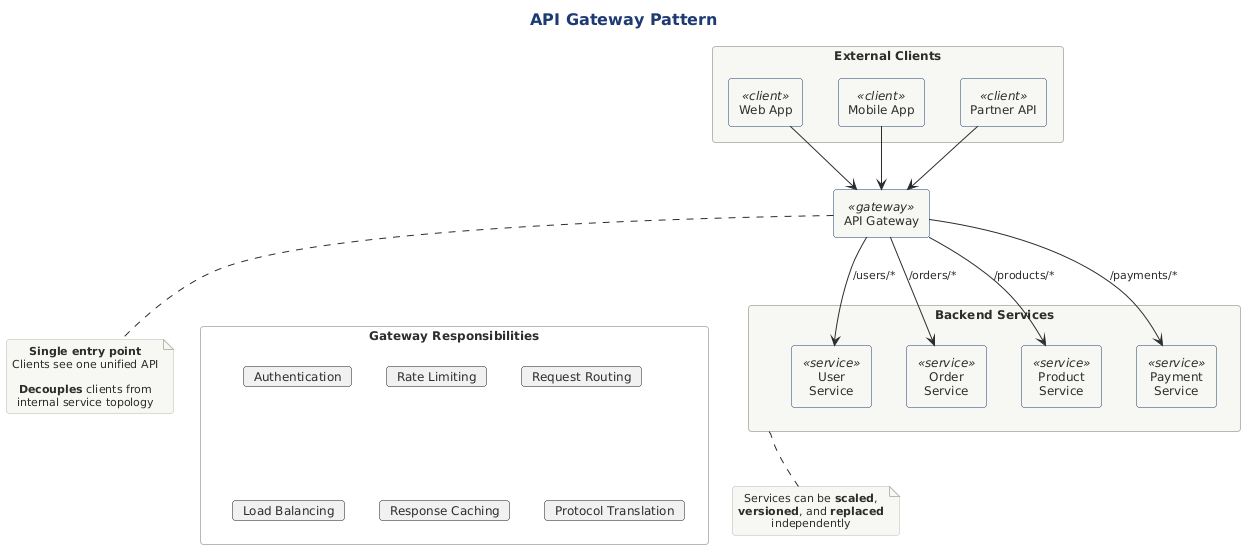
This is src/architecture/views-and-beyond/style-catalogs/component-and-connector/service-oriented-architecture-style/png/api-gateway-pattern.png from Notoriousjayy/latex-docs, a PlantUML export, as it was before one commit. Source of this version:
```plantuml
@startuml api-gateway-pattern
!include ../../../../../../tooling/styles/plantuml/structural/component-diagram-style.iuml

!define CLIENT #E8A838
!define GATEWAY #4A90A4
!define SERVICE #6CB0C4
!define LIGHTBG #F8F9FA


title API Gateway Pattern

rectangle "External Clients" as clients {
    component "Web App" as web <<client>>
    component "Mobile App" as mobile <<client>>
    component "Partner API" as partner <<client>>
}

component "API Gateway" as gateway <<gateway>> {
}

rectangle "Gateway Responsibilities" as resp #FFFFFF {
    card "Authentication" as auth
    card "Rate Limiting" as rate
    card "Request Routing" as route
    card "Load Balancing" as lb
    card "Response Caching" as cache
    card "Protocol Translation" as proto
}

rectangle "Backend Services" as backend {
    component "User\nService" as user <<service>>
    component "Order\nService" as order <<service>>
    component "Product\nService" as product <<service>>
    component "Payment\nService" as payment <<service>>
}

web -down-> gateway
mobile -down-> gateway
partner -down-> gateway

gateway -[hidden]-> resp

gateway -down-> user : /users/*
gateway -down-> order : /orders/*
gateway -down-> product : /products/*
gateway -down-> payment : /payments/*

note bottom of gateway
  **Single entry point**
  Clients see one unified API

  **Decouples** clients from
  internal service topology
end note

note bottom of backend
  Services can be **scaled**,
  **versioned**, and **replaced**
  independently
end note

@enduml
```
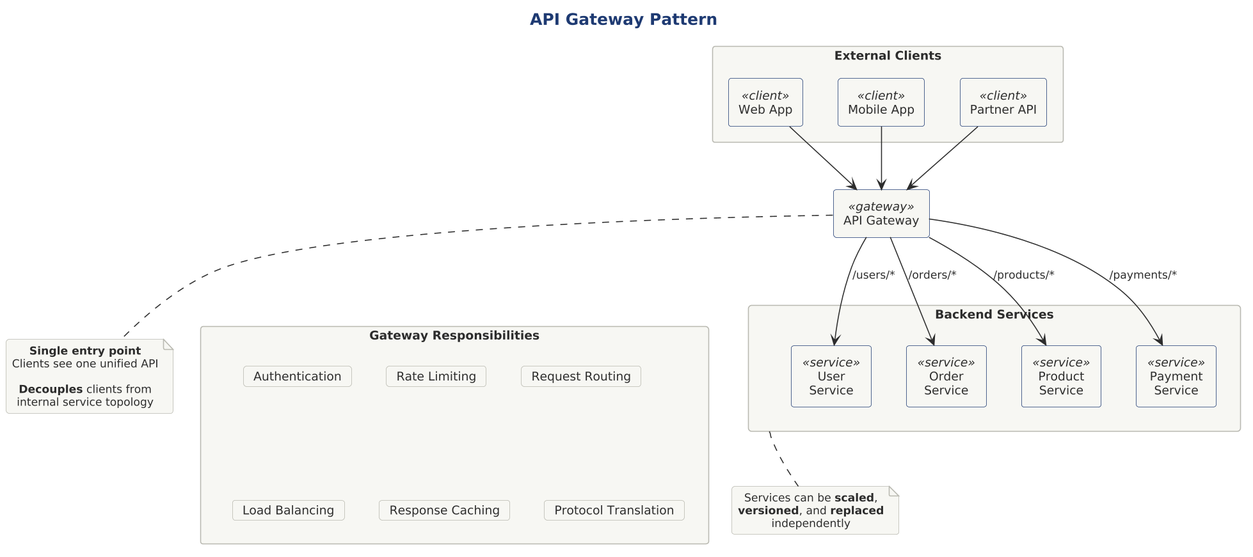
Above is the later version.

What changed in the source:
```diff
@@ -1,11 +1,15 @@
 @startuml api-gateway-pattern
+
+skinparam dpi 150
+
+
+
 !include ../../../../../../tooling/styles/plantuml/structural/component-diagram-style.iuml
 
-!define CLIENT #E8A838
-!define GATEWAY #4A90A4
-!define SERVICE #6CB0C4
-!define LIGHTBG #F8F9FA
-
+!define CLIENT $line_caution
+!define GATEWAY $line_dynamic
+!define SERVICE $line_dynamic
+!define LIGHTBG $fill_primary
 
 title API Gateway Pattern
 
@@ -18,7 +22,7 @@
 component "API Gateway" as gateway <<gateway>> {
 }
 
-rectangle "Gateway Responsibilities" as resp #FFFFFF {
+rectangle "Gateway Responsibilities" as resp $theme_surface {
     card "Authentication" as auth
     card "Rate Limiting" as rate
     card "Request Routing" as route
```
